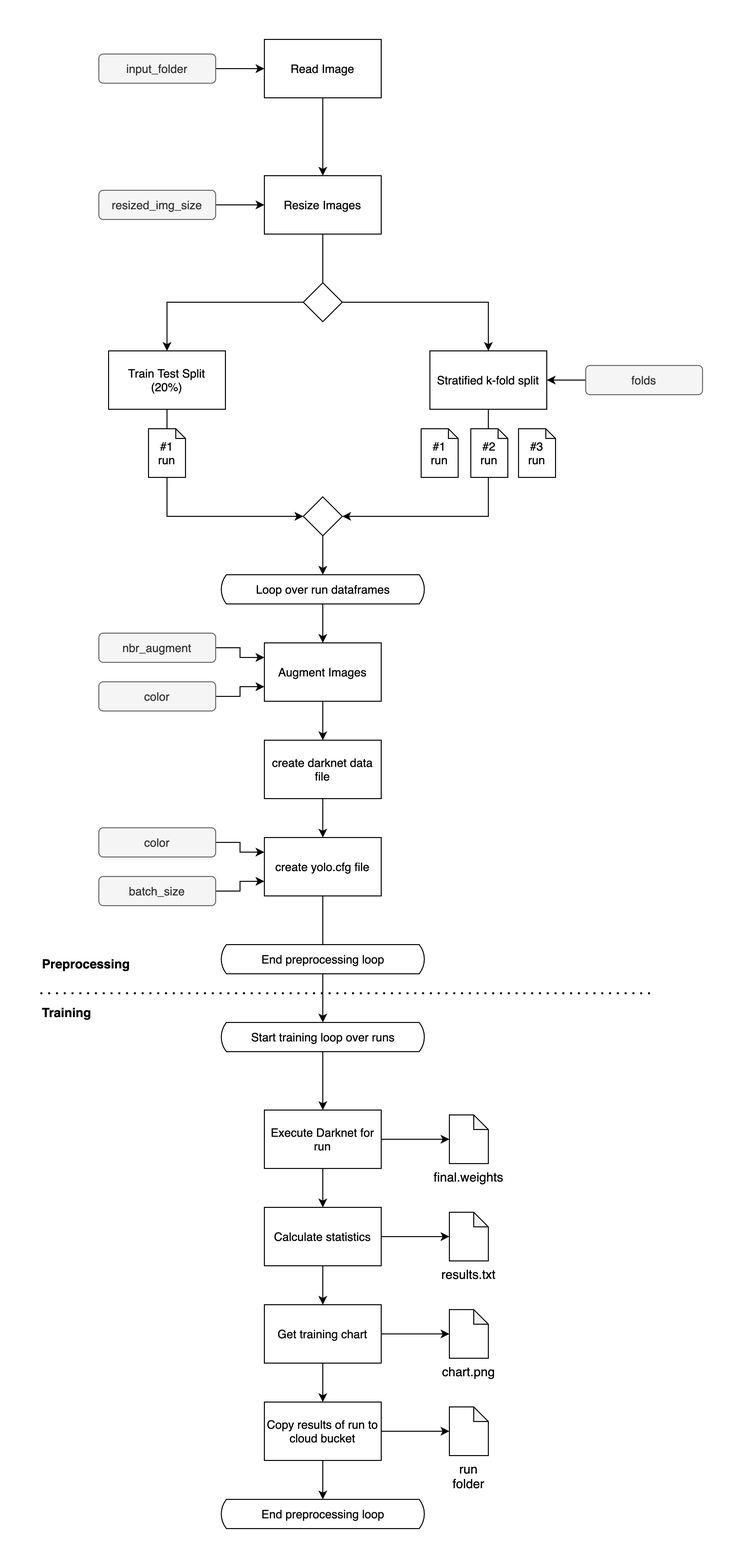
Above: preprocessing/doc_img/pipeline.png in pineappledafruitdude/AISSCV (draw.io), before the change. Source tidied: cells renumbered, new cells last; positions are measured from the earlier drawing's top-left corner, leaving out a move shared by most shapes.
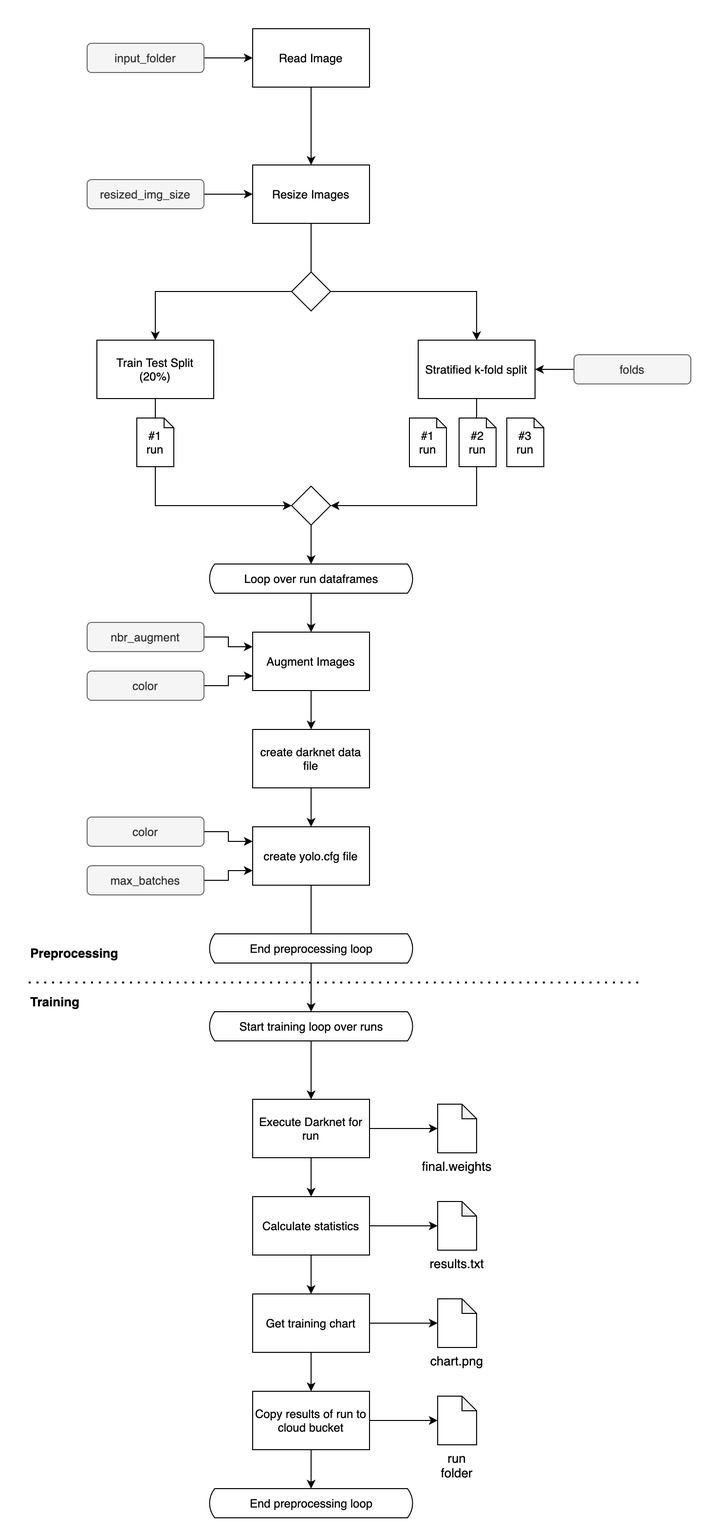
Above is the later version.

Commit message:
Renamed batch_size to max_batches

What changed in the source:
```diff
@@ -110,12 +110,12 @@
     <mxCell id="37" value="color" style="rounded=1;whiteSpace=wrap;html=1;fillColor=#f5f5f5;strokeColor=#666666;fontColor=#333333;" parent="1" vertex="1">
       <mxGeometry x="60" y="810" width="120" height="30" as="geometry" />
     </mxCell>
-    <mxCell id="38" style="edgeStyle=orthogonalEdgeStyle;rounded=0;jettySize=auto;html=1;exitX=1;exitY=0.5;exitDx=0;exitDy=0;entryX=0;entryY=0.75;entryDx=0;entryDy=0;" parent="1" edge="1" source="39" target="33">
-      <mxGeometry relative="1" as="geometry" />
-    </mxCell>
-    <mxCell id="39" value="batch_size" style="rounded=1;whiteSpace=wrap;html=1;fillColor=#f5f5f5;strokeColor=#666666;fontColor=#333333;" parent="1" vertex="1">
-      <mxGeometry x="60" y="860" width="120" height="30" as="geometry" />
-    </mxCell>
+    <mxCell id="65" style="edgeStyle=orthogonalEdgeStyle;rounded=0;jettySize=auto;html=1;exitX=1;exitY=0.5;exitDx=0;exitDy=0;entryX=0;entryY=0.75;entryDx=0;entryDy=0;" parent="1" edge="1" source="66" target="33">
+      <mxGeometry relative="1" as="geometry" />
+    </mxCell>
+    <mxCell id="66" value="max_batches" style="rounded=1;whiteSpace=wrap;html=1;fillColor=#f5f5f5;strokeColor=#666666;fontColor=#333333;" parent="1" vertex="1">
+      <mxGeometry x="60" y="860" width="120" height="30" as="geometry" />
+    </mxCell>
     <mxCell id="40" style="edgeStyle=orthogonalEdgeStyle;rounded=0;jettySize=auto;html=1;fontSize=19;" parent="1" edge="1" source="42" target="50">
       <mxGeometry relative="1" as="geometry" />
     </mxCell>
@@ -179,12 +179,12 @@
     <mxCell id="60" value="run folder" style="shape=note;whiteSpace=wrap;html=1;backgroundOutline=1;darkOpacity=0.05;fontSize=13;align=center;labelPosition=center;verticalLabelPosition=bottom;verticalAlign=top;size=15;" parent="1" vertex="1">
       <mxGeometry x="420" y="1405" width="40" height="50" as="geometry" />
     </mxCell>
-    <mxCell id="61" style="endArrow=none;dashed=1;html=1;dashPattern=1 3;strokeWidth=2;fontSize=13;" parent="1" edge="1">
-      <mxGeometry relative="1" as="geometry">
-        <mxPoint y="980" as="sourcePoint" />
-        <mxPoint x="630" y="980" as="targetPoint" />
-      </mxGeometry>
-    </mxCell>
+    <mxCell id="67" style="endArrow=none;dashed=1;html=1;dashPattern=1 3;strokeWidth=2;fontSize=13;" parent="1" edge="1">
+      <mxGeometry relative="1" as="geometry">
+        <mxPoint y="980" as="sourcePoint" />
+        <mxPoint x="630" y="980" as="targetPoint" />
+      </mxGeometry>
+    </mxCell>
     <mxCell id="62" value="Preprocessing" style="text;html=1;strokeColor=none;fillColor=none;align=left;verticalAlign=middle;whiteSpace=wrap;rounded=0;fontSize=13;fontStyle=1;" parent="1" vertex="1">
       <mxGeometry y="940" width="90" height="20" as="geometry" />
     </mxCell>
```
